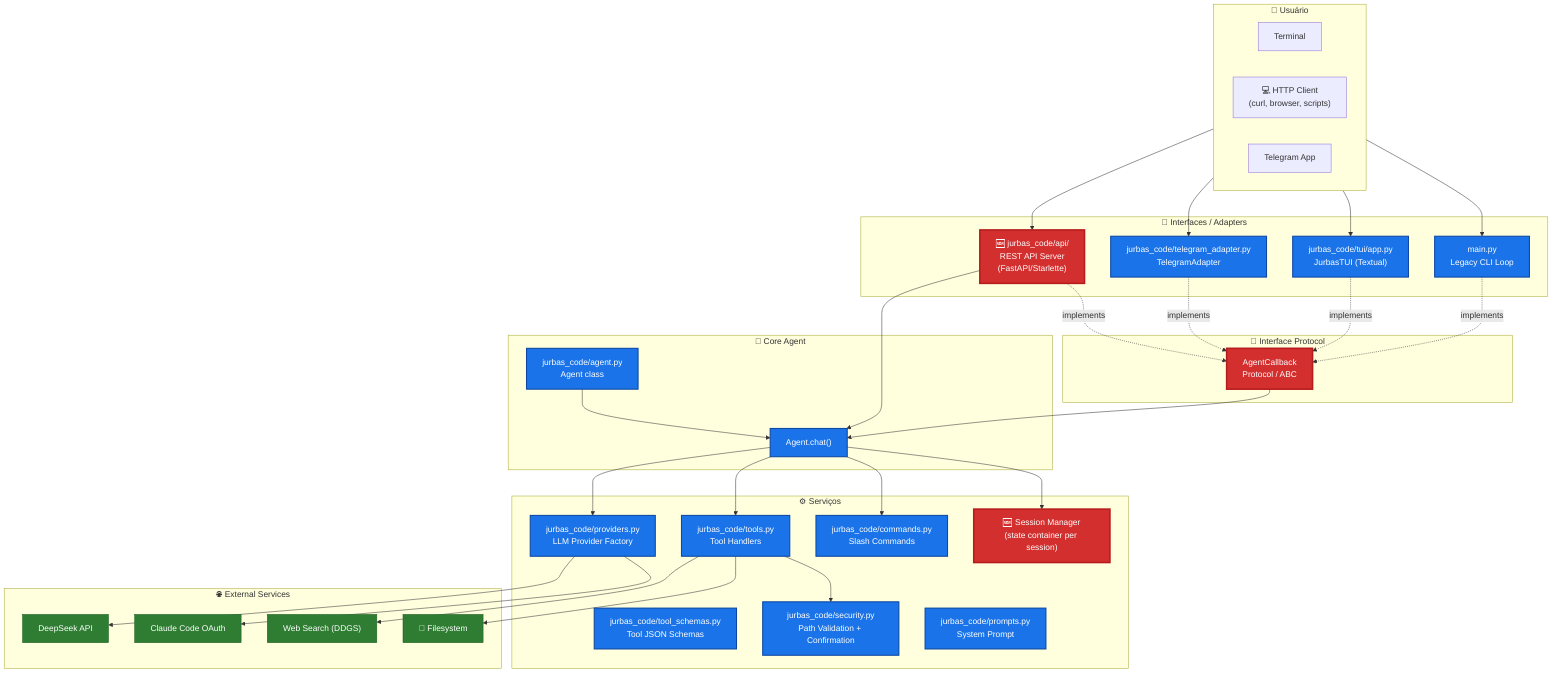
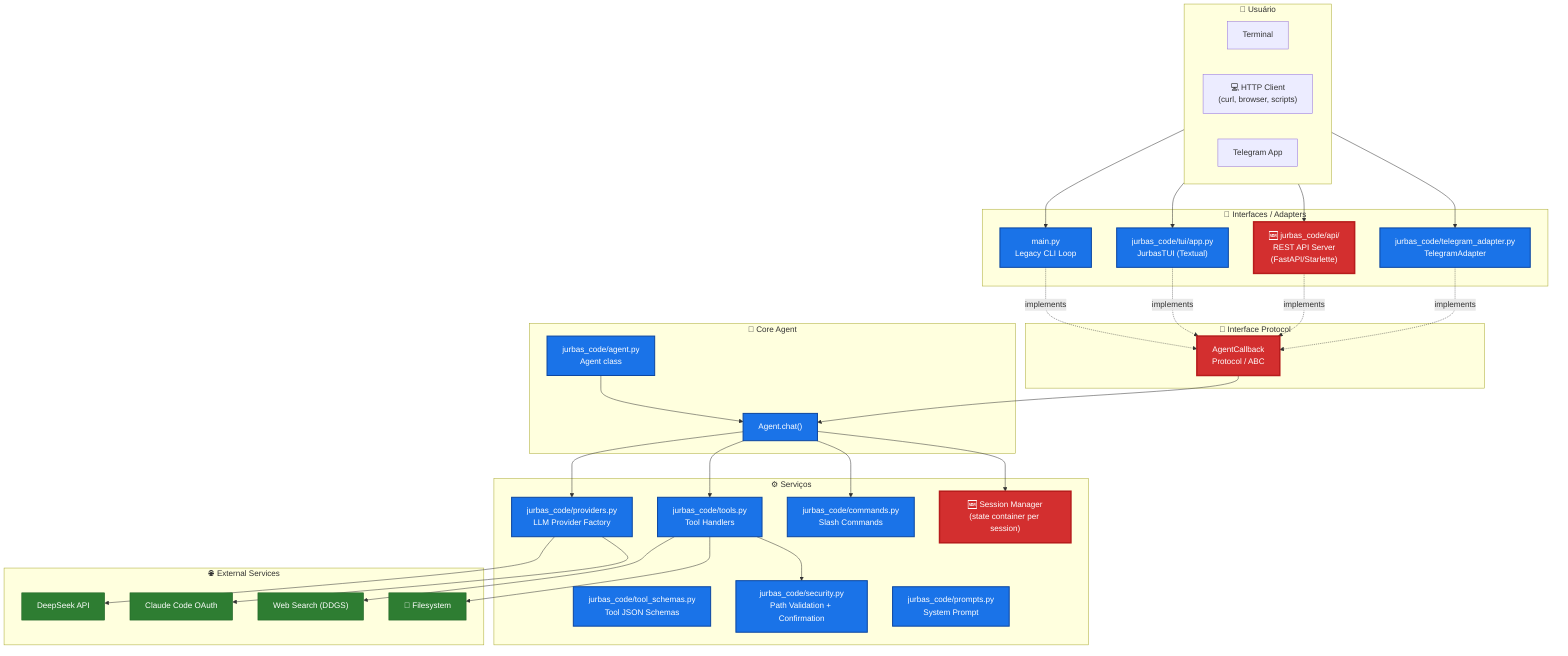
flowchart TB
    subgraph User["👤 Usuário"]
        direction LR
        U1[Terminal]
        U2["💻 HTTP Client<br/>(curl, browser, scripts)"]
        U3[Telegram App]
    end

    subgraph Interfaces["🎨 Interfaces / Adapters"]
        CLI["main.py<br/>Legacy CLI Loop"]
        TUI["jurbas_code/tui/app.py<br/>JurbasTUI (Textual)"]
        TG["jurbas_code/telegram_adapter.py<br/>TelegramAdapter"]
        API["🆕 jurbas_code/api/<br/>REST API Server<br/>(FastAPI/Starlette)"]
    end

    subgraph IFACE_PROTOCOL["🔌 Interface Protocol"]
        PROTO["AgentCallback<br/>Protocol / ABC"]
    end

    subgraph Core["🧠 Core Agent"]
        AGENT["jurbas_code/agent.py<br/>Agent class"]
        AGENT_CHAT["Agent.chat()"]
    end

    subgraph Services["⚙️ Serviços"]
        PROV["jurbas_code/providers.py<br/>LLM Provider Factory"]
        TOOLS["jurbas_code/tools.py<br/>Tool Handlers"]
        SCHEMAS["jurbas_code/tool_schemas.py<br/>Tool JSON Schemas"]
        SEC["jurbas_code/security.py<br/>Path Validation + Confirmation"]
        PROMPTS["jurbas_code/prompts.py<br/>System Prompt"]
        CMDS["jurbas_code/commands.py<br/>Slash Commands"]
        SESSION_MGR["🆕 Session Manager<br/>(state container per session)"]
    end

    subgraph External["🌐 External Services"]
        LLM_DP["DeepSeek API"]
        LLM_CL["Claude Code OAuth"]
        WEB["Web Search (DDGS)"]
        FS["📁 Filesystem"]
    end

    U1 --> CLI
    U1 --> TUI
    U2 --> API
    U3 --> TG

    CLI -.->|implements| PROTO
    TUI -.->|implements| PROTO
    TG -.->|implements| PROTO
    API -.->|implements| PROTO

    PROTO --> AGENT_CHAT
-     API --> AGENT_CHAT

    AGENT --> AGENT_CHAT
    AGENT_CHAT --> PROV
    AGENT_CHAT --> TOOLS
    AGENT_CHAT --> CMDS
    AGENT_CHAT --> SESSION_MGR

    PROV --> LLM_DP
    PROV --> LLM_CL
    TOOLS --> WEB
    TOOLS --> FS
    TOOLS --> SEC

    classDef current fill:#1a73e8,color:#fff,stroke:#0d47a1,stroke-width:2px
    classDef external fill:#2e7d32,color:#fff,stroke:#1b5e20,stroke-width:1px
    classDef new fill:#d32f2f,color:#fff,stroke:#b71c1c,stroke-width:3px

    class CLI,TUI,TG,AGENT,AGENT_CHAT,PROV,TOOLS,SCHEMAS,SEC,PROMPTS,CMDS current
    class LLM_DP,LLM_CL,WEB,FS external
    class API,PROTO,SESSION_MGR new
